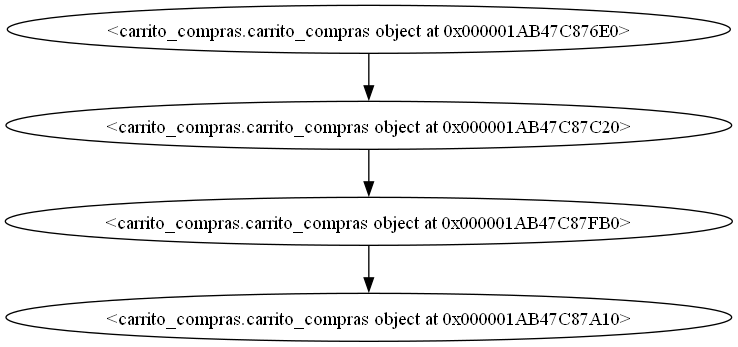
The Graphviz diagram pila.png in 202300512DanielH/IPC2_ProyectoVJ2024_21, before a commit. Its source is kept beside it as pila.dot.
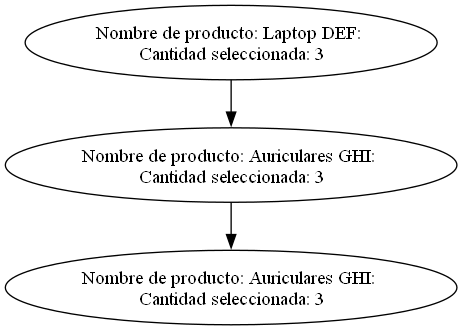
After the commit.

The edit, as a diff of the source:
```diff
@@ -1,9 +1,10 @@
 digraph G {
-nodo0 [label="<carrito_compras.carrito_compras object at 0x000001AB47C876E0>"];
+nodo0 [label="Nombre de producto: Laptop DEF:
+Cantidad seleccionada: 3"];
 nodo0 -> nodo1;
-nodo1 [label="<carrito_compras.carrito_compras object at 0x000001AB47C87C20>"];
+nodo1 [label="Nombre de producto: Auriculares GHI:
+Cantidad seleccionada: 3"];
 nodo1 -> nodo2;
-nodo2 [label="<carrito_compras.carrito_compras object at 0x000001AB47C87FB0>"];
-nodo2 -> nodo3;
-nodo3 [label="<carrito_compras.carrito_compras object at 0x000001AB47C87A10>"];
+nodo2 [label="Nombre de producto: Auriculares GHI:
+Cantidad seleccionada: 3"];
 }
```
